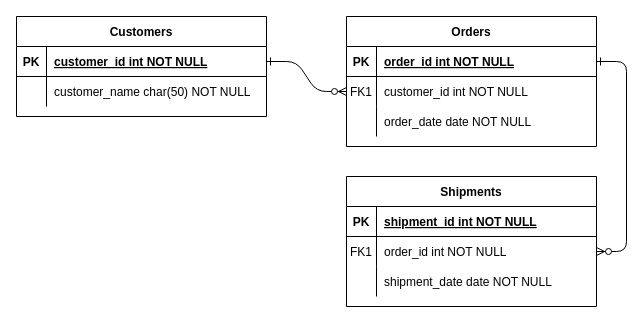
Above: examen.drawio in lezlytolentino/BD-abilitytalk (draw.io), before the change. Source tidied: cells renumbered, new cells numbered last; positions are measured from the earlier drawing's top-left corner, leaving out a move shared by most shapes. Both pictures are drawn from the tidied source at 100%, with x=0, y=0 at pixel (16, 16).
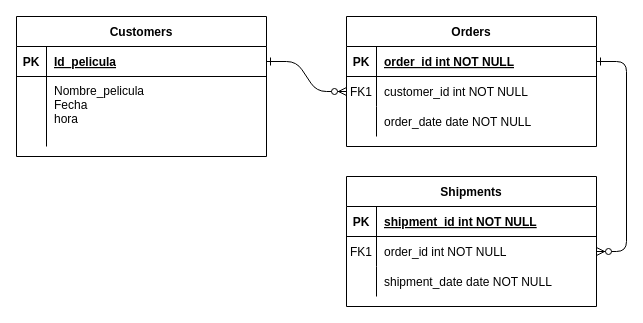
After the change.

Unchanged cells that the change refers to:
```xml
<mxCell id="25" style="shape=partialRectangle;fillColor=none;points=[[0,0.5],[1,0.5]];portConstraint=eastwest;top=0;left=0;right=0;bottom=1;" parent="24" vertex="1">
  <mxGeometry y="30" width="250" height="30" as="geometry" />
</mxCell>
```

Change to the diagram source:
```diff
@@
     <mxCell id="24" value="Customers" style="shape=table;startSize=30;childLayout=tableLayout;rowLines=0;fontStyle=1;align=center;" parent="1" vertex="1">
-      <mxGeometry width="250" height="100" as="geometry" />
+      <mxGeometry width="250" height="140" as="geometry" />
     </mxCell>
@@
-    <mxCell id="27" value="customer_id int NOT NULL " style="shape=partialRectangle;overflow=hidden;fillColor=none;top=0;left=0;bottom=0;right=0;align=left;spacingLeft=6;fontStyle=5;" parent="25" vertex="1">
+    <mxCell id="27" value="Id_pelicula" style="shape=partialRectangle;overflow=hidden;fillColor=none;top=0;left=0;bottom=0;right=0;align=left;spacingLeft=6;fontStyle=5;" parent="25" vertex="1">
       <mxGeometry x="30" width="220" height="30" as="geometry" />
     </mxCell>
     <mxCell id="28" style="shape=partialRectangle;fillColor=none;top=0;left=0;right=0;bottom=0;" parent="24" vertex="1">
-      <mxGeometry y="60" width="250" height="30" as="geometry" />
+      <mxGeometry y="60" width="250" height="70" as="geometry" />
     </mxCell>
     <mxCell id="29" style="shape=partialRectangle;overflow=hidden;fillColor=none;top=0;left=0;bottom=0;right=0;" parent="28" vertex="1">
-      <mxGeometry width="30" height="30" as="geometry" />
+      <mxGeometry width="30" height="70" as="geometry" />
     </mxCell>
-    <mxCell id="30" value="customer_name char(50) NOT NULL" style="shape=partialRectangle;overflow=hidden;fillColor=none;top=0;left=0;bottom=0;right=0;align=left;spacingLeft=6;" parent="28" vertex="1">
-      <mxGeometry x="30" width="220" height="30" as="geometry" />
+    <mxCell id="30" value="Nombre_pelicula&#10;Fecha &#10;hora&#10;" style="shape=partialRectangle;overflow=hidden;fillColor=none;top=0;left=0;bottom=0;right=0;align=left;spacingLeft=6;" parent="28" vertex="1">
+      <mxGeometry x="30" width="220" height="70" as="geometry" />
     </mxCell>
```
